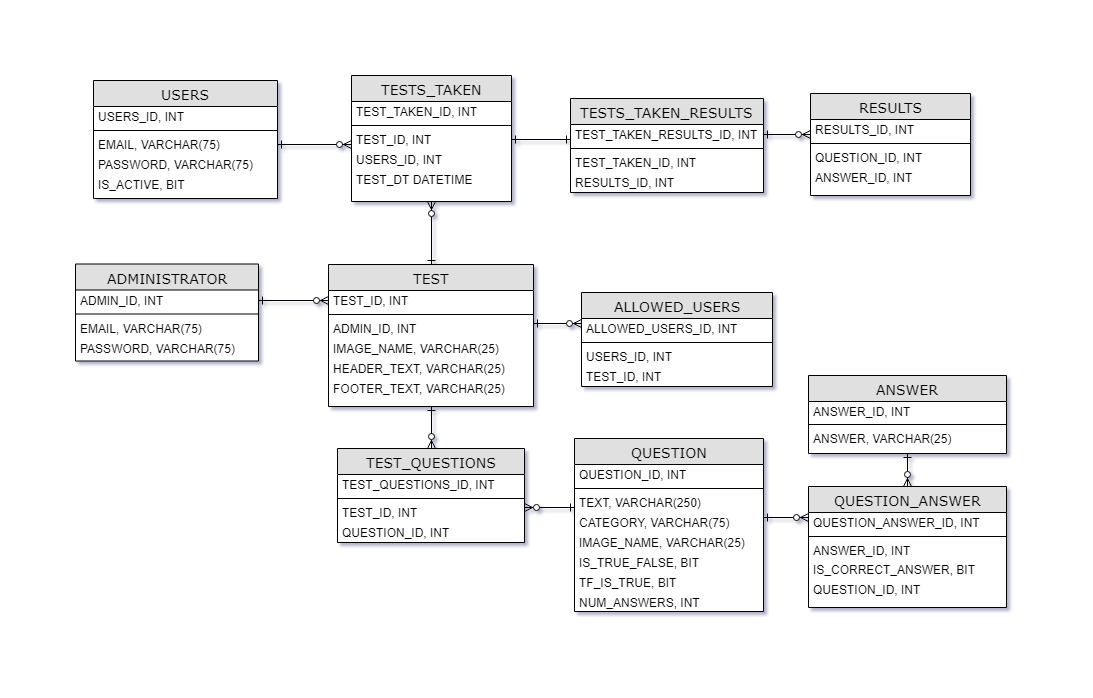
Before: project-logistics/er-diagram.png, a diagram exported from draw.io (lprescott/QuizServe). Source tidied: cells renumbered, new cells last; positions are measured from the earlier drawing's top-left corner, leaving out a move shared by most shapes.
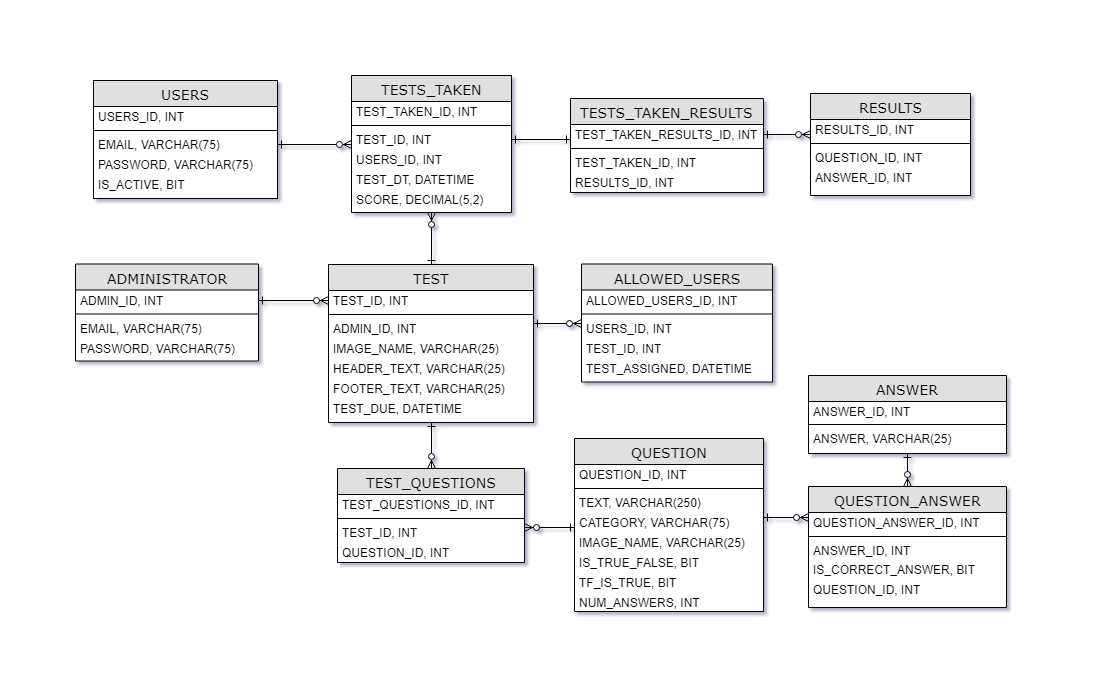
After the change.

The edit, as a diff of the source:
```diff
@@ -39,7 +39,7 @@
       <mxGeometry relative="1" as="geometry" />
     </mxCell>
     <mxCell id="14" value="TEST" style="swimlane;html=1;fontStyle=0;horizontal=1;startSize=26;fillColor=#e0e0e0;swimlaneFillColor=#ffffff;align=center;rounded=0;shadow=0;comic=0;labelBackgroundColor=none;strokeColor=#000000;strokeWidth=1;fontFamily=Verdana;fontSize=14;fontColor=#000000;spacingTop=0;spacingLeft=0;" parent="1" vertex="1">
-      <mxGeometry x="253" y="189" width="205" height="142" as="geometry" />
+      <mxGeometry x="253" y="189" width="205" height="158" as="geometry" />
     </mxCell>
     <mxCell id="15" value="TEST_ID, INT" style="text;html=1;strokeColor=none;fillColor=none;align=left;verticalAlign=middle;whiteSpace=wrap;rounded=0;spacingLeft=0;spacingTop=0;spacing=5;" parent="14" vertex="1">
       <mxGeometry y="26" width="205" height="20" as="geometry" />
@@ -59,6 +59,9 @@
     <mxCell id="20" value="FOOTER_TEXT, VARCHAR(25)" style="text;html=1;strokeColor=none;fillColor=none;align=left;verticalAlign=middle;whiteSpace=wrap;rounded=0;spacingLeft=0;spacingTop=0;spacing=5;" parent="14" vertex="1">
       <mxGeometry y="114" width="205" height="20" as="geometry" />
     </mxCell>
+    <mxCell id="75" value="TEST_DUE, DATETIME" style="text;html=1;strokeColor=none;fillColor=none;align=left;verticalAlign=middle;whiteSpace=wrap;rounded=0;spacingLeft=0;spacingTop=0;spacing=5;" parent="14" vertex="1">
+      <mxGeometry y="134" width="205" height="20" as="geometry" />
+    </mxCell>
     <mxCell id="21" value="QUESTION" style="swimlane;html=1;fontStyle=0;horizontal=1;startSize=26;fillColor=#e0e0e0;swimlaneFillColor=#ffffff;align=center;rounded=0;shadow=0;comic=0;labelBackgroundColor=none;strokeColor=#000000;strokeWidth=1;fontFamily=Verdana;fontSize=14;fontColor=#000000;spacingTop=0;spacingLeft=0;" parent="1" vertex="1">
       <mxGeometry x="499" y="363" width="189" height="173" as="geometry" />
     </mxCell>
@@ -120,7 +123,7 @@
       <mxGeometry y="53" width="198" height="20" as="geometry" />
     </mxCell>
     <mxCell id="41" value="TEST_QUESTIONS" style="swimlane;html=1;fontStyle=0;horizontal=1;startSize=26;fillColor=#e0e0e0;swimlaneFillColor=#ffffff;align=center;rounded=0;shadow=0;comic=0;labelBackgroundColor=none;strokeColor=#000000;strokeWidth=1;fontFamily=Verdana;fontSize=14;fontColor=#000000;spacingTop=0;spacingLeft=0;" parent="1" vertex="1">
-      <mxGeometry x="262" y="373" width="187" height="94" as="geometry" />
+      <mxGeometry x="262" y="393" width="187" height="94" as="geometry" />
     </mxCell>
     <mxCell id="42" value="TEST_QUESTIONS_ID, INT" style="text;html=1;strokeColor=none;fillColor=none;align=left;verticalAlign=middle;whiteSpace=wrap;rounded=0;spacingLeft=0;spacingTop=0;spacing=5;" parent="41" vertex="1">
       <mxGeometry y="26" width="187" height="20" as="geometry" />
@@ -138,7 +141,7 @@
       <mxGeometry relative="1" as="geometry" />
     </mxCell>
     <mxCell id="47" value="TESTS_TAKEN&lt;br&gt;" style="swimlane;html=1;fontStyle=0;horizontal=1;startSize=26;fillColor=#e0e0e0;swimlaneFillColor=#ffffff;align=center;rounded=0;shadow=0;comic=0;labelBackgroundColor=none;strokeColor=#000000;strokeWidth=1;fontFamily=Verdana;fontSize=14;fontColor=#000000;spacingTop=0;spacingLeft=0;" parent="1" vertex="1">
-      <mxGeometry x="276" width="160" height="126" as="geometry" />
+      <mxGeometry x="276" width="160" height="137" as="geometry" />
     </mxCell>
     <mxCell id="48" value="TEST_TAKEN_ID, INT" style="text;html=1;strokeColor=none;fillColor=none;align=left;verticalAlign=middle;whiteSpace=wrap;rounded=0;spacingLeft=0;spacingTop=0;spacing=5;" parent="47" vertex="1">
       <mxGeometry y="26" width="160" height="20" as="geometry" />
@@ -152,9 +155,12 @@
     <mxCell id="51" value="USERS_ID, INT" style="text;html=1;strokeColor=none;fillColor=none;align=left;verticalAlign=middle;whiteSpace=wrap;rounded=0;spacingLeft=0;spacingTop=0;spacing=5;" parent="47" vertex="1">
       <mxGeometry y="74" width="160" height="20" as="geometry" />
     </mxCell>
-    <mxCell id="52" value="TEST_DT DATETIME" style="text;html=1;strokeColor=none;fillColor=none;align=left;verticalAlign=middle;whiteSpace=wrap;rounded=0;spacingLeft=0;spacingTop=0;spacing=5;" parent="47" vertex="1">
+    <mxCell id="52" value="TEST_DT, DATETIME" style="text;html=1;strokeColor=none;fillColor=none;align=left;verticalAlign=middle;whiteSpace=wrap;rounded=0;spacingLeft=0;spacingTop=0;spacing=5;" parent="47" vertex="1">
       <mxGeometry y="94" width="160" height="20" as="geometry" />
     </mxCell>
+    <mxCell id="76" value="SCORE,&amp;nbsp;&lt;span&gt;DECIMAL&lt;/span&gt;&lt;span&gt;(&lt;/span&gt;&lt;span&gt;5&lt;/span&gt;&lt;span&gt;,&lt;/span&gt;&lt;span&gt;2&lt;/span&gt;&lt;span&gt;)&lt;/span&gt;" style="text;html=1;strokeColor=none;fillColor=none;align=left;verticalAlign=middle;whiteSpace=wrap;rounded=0;spacingLeft=0;spacingTop=0;spacing=5;" parent="47" vertex="1">
+      <mxGeometry y="114" width="160" height="20" as="geometry" />
+    </mxCell>
     <mxCell id="53" value="TESTS_TAKEN_RESULTS&lt;br&gt;" style="swimlane;html=1;fontStyle=0;horizontal=1;startSize=26;fillColor=#e0e0e0;swimlaneFillColor=#ffffff;align=center;rounded=0;shadow=0;comic=0;labelBackgroundColor=none;strokeColor=#000000;strokeWidth=1;fontFamily=Verdana;fontSize=14;fontColor=#000000;spacingTop=0;spacingLeft=0;" parent="1" vertex="1">
       <mxGeometry x="495" y="23" width="193" height="94" as="geometry" />
     </mxCell>
@@ -173,7 +179,7 @@
     <mxCell id="58" style="edgeStyle=orthogonalEdgeStyle;rounded=0;jettySize=auto;html=1;exitX=1;exitY=0.5;exitDx=0;exitDy=0;entryX=0;entryY=0.75;entryDx=0;entryDy=0;endArrow=ERzeroToMany;endFill=1;startArrow=ERone;startFill=0;" parent="1" edge="1" source="5" target="50">
       <mxGeometry relative="1" as="geometry" />
     </mxCell>
-    <mxCell id="59" style="edgeStyle=orthogonalEdgeStyle;rounded=0;jettySize=auto;html=1;exitX=0;exitY=0.75;exitDx=0;exitDy=0;entryX=1;entryY=0.25;entryDx=0;entryDy=0;startArrow=ERone;startFill=0;endArrow=ERzeroToMany;endFill=1;" parent="1" edge="1" source="24" target="44">
+    <mxCell id="59" style="edgeStyle=orthogonalEdgeStyle;rounded=0;jettySize=auto;html=1;exitX=0;exitY=0.75;exitDx=0;exitDy=0;entryX=1;entryY=0.25;entryDx=0;entryDy=0;startArrow=ERone;startFill=0;endArrow=ERzeroToMany;endFill=1;" parent="1" edge="1" source="25" target="44">
       <mxGeometry relative="1" as="geometry" />
     </mxCell>
     <mxCell id="60" style="edgeStyle=orthogonalEdgeStyle;rounded=0;jettySize=auto;html=1;exitX=1;exitY=0.25;exitDx=0;exitDy=0;entryX=0;entryY=0.25;entryDx=0;entryDy=0;startArrow=ERone;startFill=0;endArrow=ERzeroToMany;endFill=1;" parent="1" edge="1" source="25" target="32">
@@ -183,7 +189,7 @@
       <mxGeometry relative="1" as="geometry" />
     </mxCell>
     <mxCell id="62" value="ALLOWED_USERS" style="swimlane;html=1;fontStyle=0;horizontal=1;startSize=26;fillColor=#e0e0e0;swimlaneFillColor=#ffffff;align=center;rounded=0;shadow=0;comic=0;labelBackgroundColor=none;strokeColor=#000000;strokeWidth=1;fontFamily=Verdana;fontSize=14;fontColor=#000000;spacingTop=0;spacingLeft=0;" parent="1" vertex="1">
-      <mxGeometry x="506" y="217" width="191" height="94" as="geometry" />
+      <mxGeometry x="506" y="188.5" width="191" height="118" as="geometry" />
     </mxCell>
     <mxCell id="63" value="ALLOWED_USERS_ID, INT" style="text;html=1;strokeColor=none;fillColor=none;align=left;verticalAlign=middle;whiteSpace=wrap;rounded=0;spacingLeft=0;spacingTop=0;spacing=5;" parent="62" vertex="1">
       <mxGeometry y="26" width="191" height="20" as="geometry" />
@@ -194,10 +200,13 @@
     <mxCell id="65" value="USERS_ID, INT" style="text;html=1;strokeColor=none;fillColor=none;align=left;verticalAlign=middle;whiteSpace=wrap;rounded=0;spacingLeft=0;spacingTop=0;spacing=5;" parent="62" vertex="1">
       <mxGeometry y="54" width="191" height="20" as="geometry" />
     </mxCell>
+    <mxCell id="77" value="TEST_ID, INT" style="text;html=1;strokeColor=none;fillColor=none;align=left;verticalAlign=middle;whiteSpace=wrap;rounded=0;spacingLeft=0;spacingTop=0;spacing=5;" parent="62" vertex="1">
+      <mxGeometry y="74" width="191" height="20" as="geometry" />
+    </mxCell>
-    <mxCell id="66" value="TEST_ID, INT" style="text;html=1;strokeColor=none;fillColor=none;align=left;verticalAlign=middle;whiteSpace=wrap;rounded=0;spacingLeft=0;spacingTop=0;spacing=5;" parent="62" vertex="1">
-      <mxGeometry y="74" width="191" height="20" as="geometry" />
+    <mxCell id="66" value="TEST_ASSIGNED, DATETIME" style="text;html=1;strokeColor=none;fillColor=none;align=left;verticalAlign=middle;whiteSpace=wrap;rounded=0;spacingLeft=0;spacingTop=0;spacing=5;" parent="62" vertex="1">
+      <mxGeometry y="94" width="191" height="20" as="geometry" />
     </mxCell>
-    <mxCell id="67" style="edgeStyle=orthogonalEdgeStyle;rounded=0;jettySize=auto;html=1;exitX=0;exitY=0.25;exitDx=0;exitDy=0;entryX=1;entryY=0.25;entryDx=0;entryDy=0;startArrow=ERzeroToMany;startFill=1;endArrow=ERone;endFill=0;" parent="1" edge="1" source="63" target="17">
+    <mxCell id="67" style="edgeStyle=orthogonalEdgeStyle;rounded=0;jettySize=auto;html=1;exitX=0;exitY=0.25;exitDx=0;exitDy=0;entryX=1;entryY=0.25;entryDx=0;entryDy=0;startArrow=ERzeroToMany;startFill=1;endArrow=ERone;endFill=0;" parent="1" edge="1" source="65" target="17">
       <mxGeometry relative="1" as="geometry" />
     </mxCell>
     <mxCell id="68" value="RESULTS" style="swimlane;html=1;fontStyle=0;horizontal=1;startSize=26;fillColor=#e0e0e0;swimlaneFillColor=#ffffff;align=center;rounded=0;shadow=0;comic=0;labelBackgroundColor=none;strokeColor=#000000;strokeWidth=1;fontFamily=Verdana;fontSize=14;fontColor=#000000;spacingTop=0;spacingLeft=0;" parent="1" vertex="1">
```
